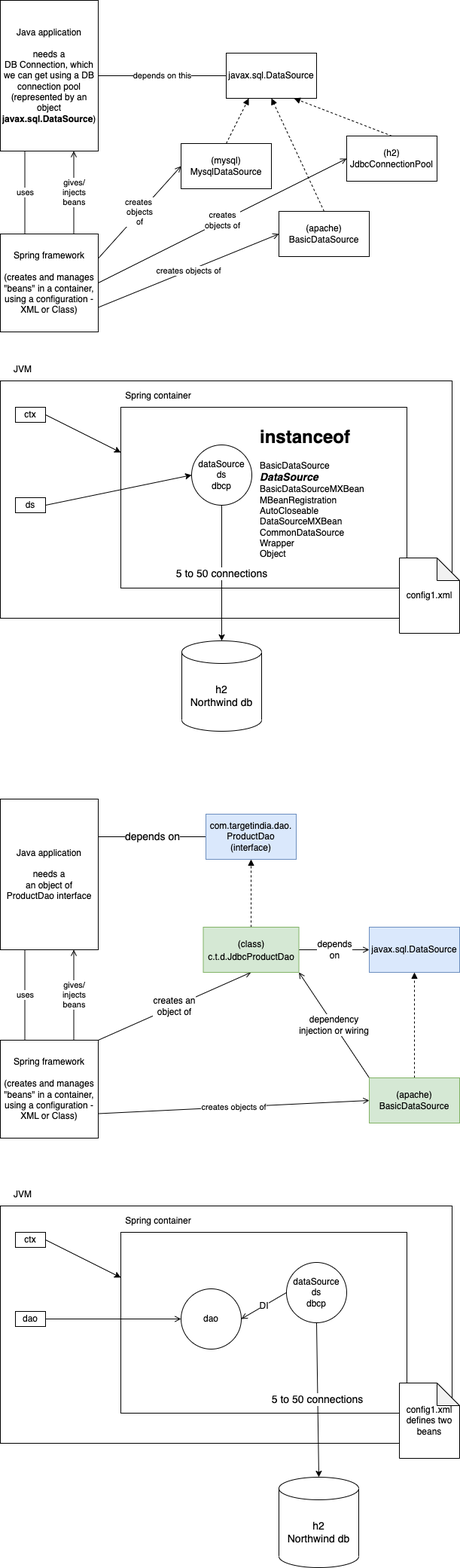
Before: day-24-spring-basics/spring.dio.png, a diagram exported from draw.io (vinod-kayartaya/TARGET-APR-2023-BATCH-3). Source tidied: cells renumbered, new cells last; positions are measured from the earlier drawing's top-left corner, leaving out a move shared by most shapes.
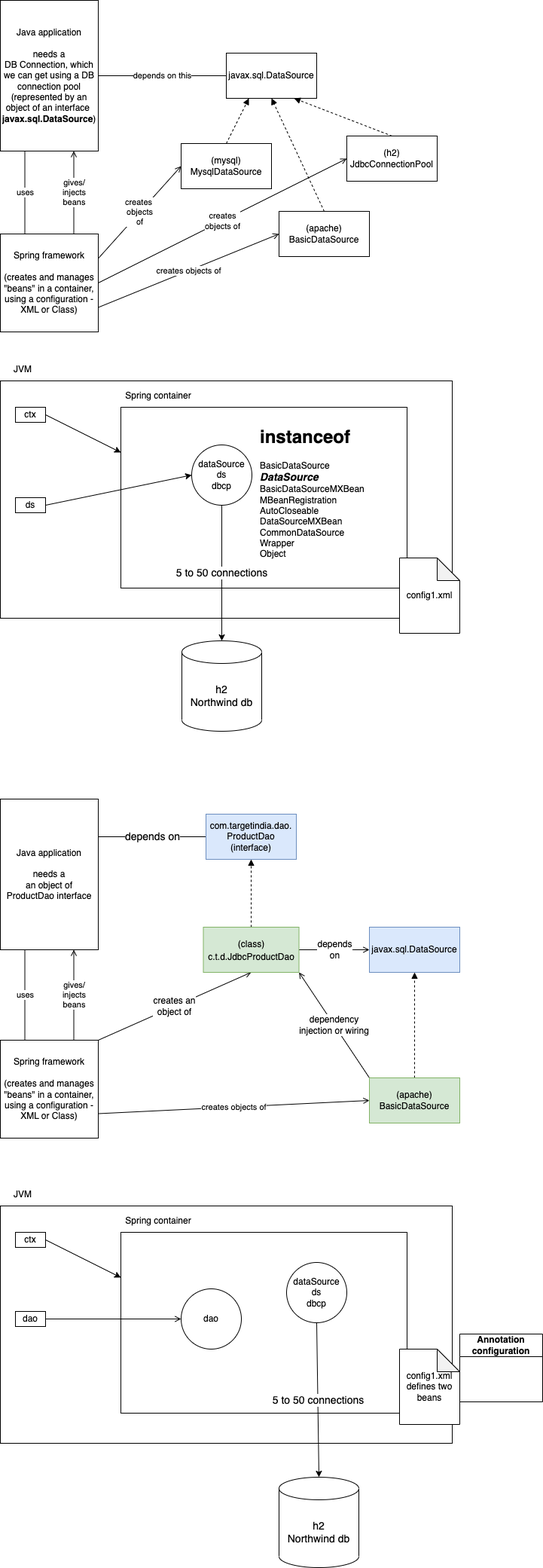
Later version of the same file.

The edit, as a diff of the source:
```diff
@@ -8,7 +8,7 @@
     <mxCell id="3" value="uses" style="edgeStyle=none;html=1;exitX=0.25;exitY=1;exitDx=0;exitDy=0;entryX=0.25;entryY=0;entryDx=0;entryDy=0;endArrow=none;endFill=0;" parent="1" edge="1" source="4" target="16">
       <mxGeometry relative="1" as="geometry" />
     </mxCell>
-    <mxCell id="4" value="Java application&lt;br&gt;&lt;br&gt;needs a &lt;br&gt;DB Connection, which we can get using a DB connection pool (represented by an object &lt;b&gt;javax.sql.DataSource&lt;/b&gt;)" style="rounded=0;whiteSpace=wrap;html=1;" parent="1" vertex="1">
+    <mxCell id="4" value="Java application&lt;br&gt;&lt;br&gt;needs a &lt;br&gt;DB Connection, which we can get using a DB connection pool (represented by an object of an interface&amp;nbsp;&lt;br&gt;&lt;b&gt;javax.sql.DataSource&lt;/b&gt;)" style="rounded=0;whiteSpace=wrap;html=1;" parent="1" vertex="1">
       <mxGeometry width="130" height="200" as="geometry" />
     </mxCell>
     <mxCell id="5" value="javax.sql.DataSource" style="rounded=0;whiteSpace=wrap;html=1;" parent="1" vertex="1">
@@ -150,14 +150,11 @@
       <mxGeometry x="160" y="1605" width="100" height="30" as="geometry" />
     </mxCell>
     <mxCell id="51" value="config1.xml&lt;br&gt;defines two beans" style="shape=note;whiteSpace=wrap;html=1;backgroundOutline=1;darkOpacity=0.05;" parent="1" vertex="1">
-      <mxGeometry x="530" y="1835" width="80" height="100" as="geometry" />
+      <mxGeometry x="530" y="1790" width="80" height="100" as="geometry" />
     </mxCell>
     <mxCell id="52" value="5 to 50 connections" style="edgeStyle=none;html=1;exitX=0.5;exitY=1;exitDx=0;exitDy=0;entryX=0.5;entryY=0;entryDx=0;entryDy=0;entryPerimeter=0;fontSize=14;" parent="1" edge="1" source="54" target="57">
       <mxGeometry relative="1" as="geometry" />
     </mxCell>
-    <mxCell id="53" value="DI" style="edgeStyle=none;html=1;exitX=0;exitY=0.5;exitDx=0;exitDy=0;entryX=1;entryY=0.5;entryDx=0;entryDy=0;fontSize=12;endArrow=open;endFill=0;" parent="1" edge="1" source="54" target="58">
-      <mxGeometry relative="1" as="geometry" />
-    </mxCell>
     <mxCell id="54" value="dataSource&lt;br&gt;ds&lt;br&gt;dbcp" style="ellipse;whiteSpace=wrap;html=1;" parent="1" vertex="1">
       <mxGeometry x="380" y="1675" width="80" height="80" as="geometry" />
     </mxCell>
@@ -173,5 +170,8 @@
     <mxCell id="58" value="dao" style="ellipse;whiteSpace=wrap;html=1;" parent="1" vertex="1">
       <mxGeometry x="240" y="1710" width="80" height="80" as="geometry" />
     </mxCell>
+    <mxCell id="59" value="Annotation configuration" style="swimlane;whiteSpace=wrap;html=1;startSize=30;" parent="1" vertex="1">
+      <mxGeometry x="610" y="1770" width="110" height="90" as="geometry" />
+    </mxCell>
   </root>
 </mxGraphModel>
```
